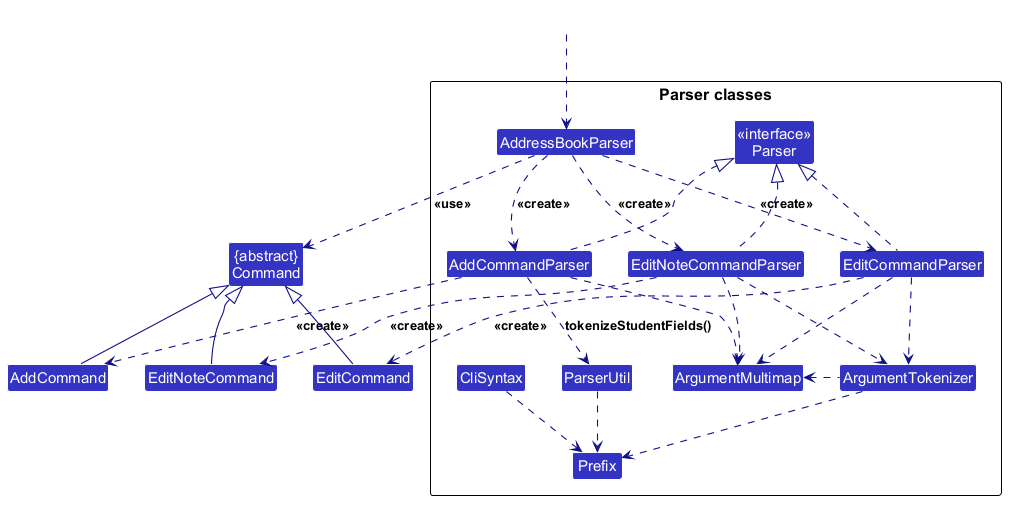
Earlier version of the PlantUML export docs/images/ParserClasses.png (AY2627S1-CS2103T-F09-1/tp).
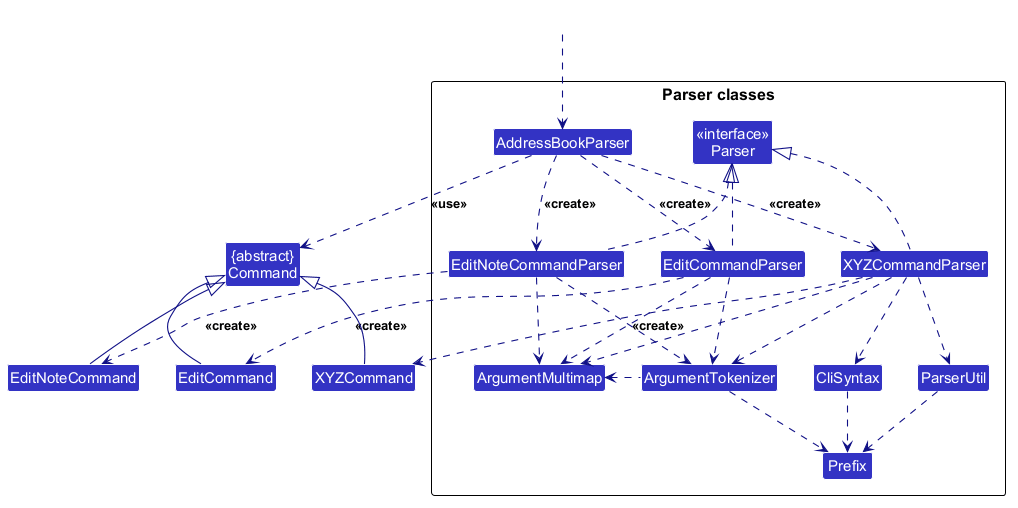
Above is the later version.

What changed in the source:
```diff
@@ -5,14 +5,14 @@
 skinparam classBackgroundColor LOGIC_COLOR
 
 Class "{abstract}\nCommand" as Command
-Class AddCommand
+Class XYZCommand
 Class EditCommand
 Class EditNoteCommand
 
 package "Parser classes"{
 Class "<<interface>>\nParser" as Parser
 Class AddressBookParser
-Class AddCommandParser
+Class XYZCommandParser
 Class EditCommandParser
 Class EditNoteCommandParser
 Class CliSyntax
@@ -25,28 +25,30 @@
 Class HiddenOutside #FFFFFF
 HiddenOutside ..> AddressBookParser
 
-AddressBookParser .down.> AddCommandParser: <<create>>
+AddressBookParser .down.> XYZCommandParser: <<create>>
 AddressBookParser .down.> EditCommandParser: <<create>>
 AddressBookParser .down.> EditNoteCommandParser: <<create>>
 
-AddCommandParser ..> AddCommand : <<create>>
+XYZCommandParser ..> XYZCommand : <<create>>
 EditCommandParser ..> EditCommand : <<create>>
 EditNoteCommandParser ..> EditNoteCommand : <<create>>
 AddressBookParser ..> Command : <<use>>
-AddCommandParser .up.|> Parser
+XYZCommandParser .up.|> Parser
 EditCommandParser .up.|> Parser
 EditNoteCommandParser .up.|> Parser
-AddCommandParser ..> ArgumentMultimap
+XYZCommandParser ..> ArgumentMultimap
 EditCommandParser ..> ArgumentMultimap
 EditNoteCommandParser ..> ArgumentMultimap
-AddCommandParser ..> ParserUtil : tokenizeStudentFields()
+XYZCommandParser ..> ArgumentTokenizer
 EditCommandParser ..> ArgumentTokenizer
 EditNoteCommandParser ..> ArgumentTokenizer
 ArgumentTokenizer .left.> ArgumentMultimap
+XYZCommandParser ..> CliSyntax
 CliSyntax ..> Prefix
+XYZCommandParser ..> ParserUtil
 ParserUtil .down.> Prefix
 ArgumentTokenizer .down.> Prefix
-AddCommand -up-|> Command
+XYZCommand -up-|> Command
 EditCommand -up-|> Command
 EditNoteCommand -up-|> Command
 @enduml
```
